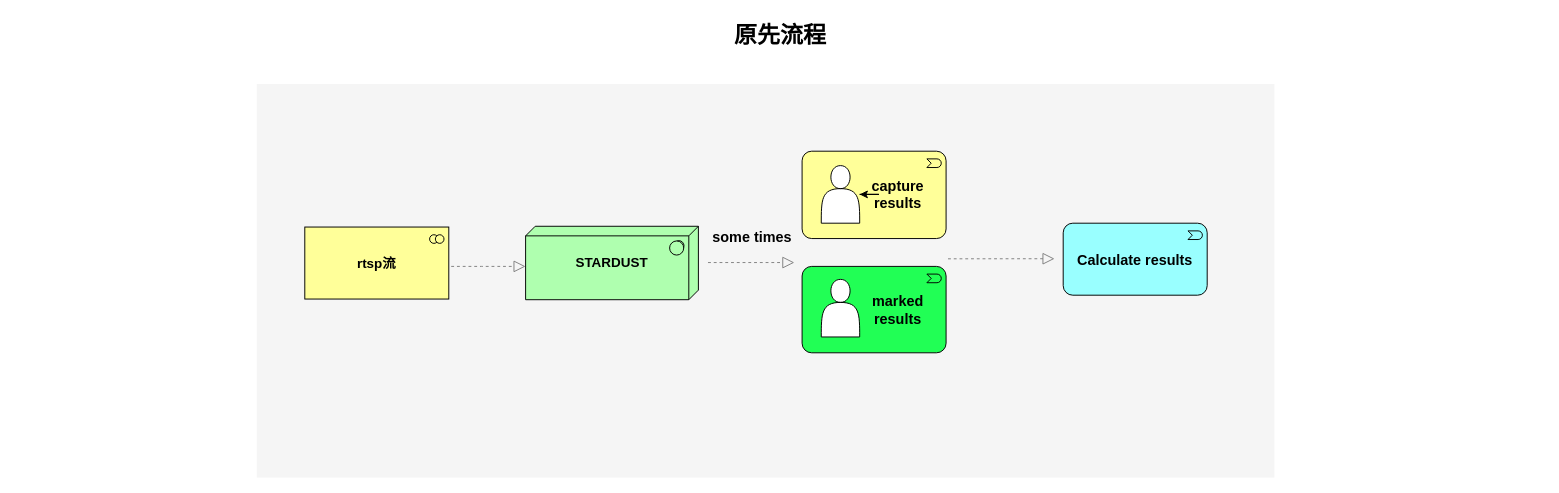
Earlier version of the draw.io diagram testpics.drawio (yogalin910731/studytest). Source tidied: cells renumbered, new cells numbered last; positions are measured from the earlier drawing's top-left corner, leaving out a move shared by most shapes. Both pictures are drawn from the tidied source at 96%, with x=0, y=0 at pixel (16, 16).
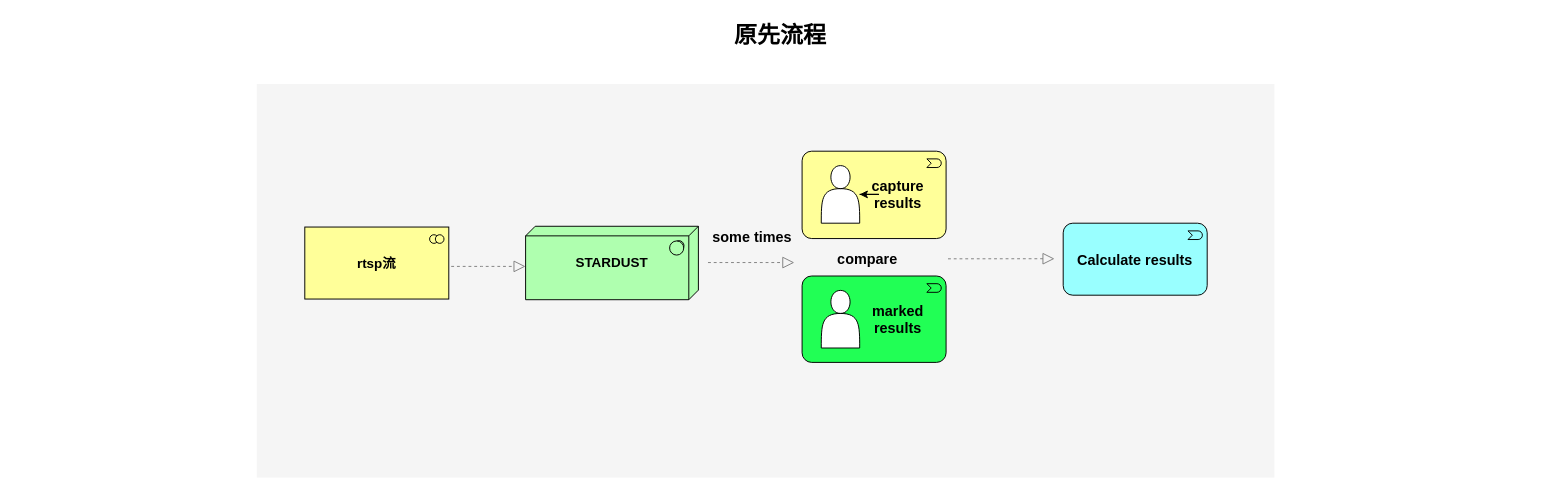
Above is the later version.

Diff of the diagram source:
```diff
@@
     <mxCell id="13" style="html=1;whiteSpace=wrap;shape=mxgraph.archimate3.application;appType=event;archiType=rounded;fontSize=14;fillColor=#21FF55;" parent="1" vertex="1">
-      <mxGeometry x="818" y="260" width="150" height="90" as="geometry" />
+      <mxGeometry x="818" y="270" width="150" height="90" as="geometry" />
     </mxCell>
     <mxCell id="14" value="&lt;b&gt;&lt;font style=&quot;font-size: 15px&quot;&gt;marked&lt;br&gt;results&lt;/font&gt;&lt;/b&gt;" style="text;html=1;strokeColor=none;fillColor=none;align=center;verticalAlign=middle;whiteSpace=wrap;rounded=0;" parent="1" vertex="1">
-      <mxGeometry x="898" y="297.5" width="40" height="15" as="geometry" />
+      <mxGeometry x="898" y="307.5" width="40" height="15" as="geometry" />
     </mxCell>
     <mxCell id="15" style="shape=actor;whiteSpace=wrap;html=1;" parent="1" vertex="1">
-      <mxGeometry x="838" y="273.5" width="40" height="60" as="geometry" />
+      <mxGeometry x="838" y="285" width="40" height="60" as="geometry" />
     </mxCell>
@@
+    <mxCell id="18" value="&lt;h1&gt;&lt;span style=&quot;font-size: 15px&quot;&gt;compare&lt;/span&gt;&lt;/h1&gt;" style="text;html=1;strokeColor=none;fillColor=none;spacing=5;spacingTop=-20;whiteSpace=wrap;overflow=hidden;rounded=0;" parent="1" vertex="1">
+      <mxGeometry x="850" y="229.8" width="110" height="53.5" as="geometry" />
+    </mxCell>
```
